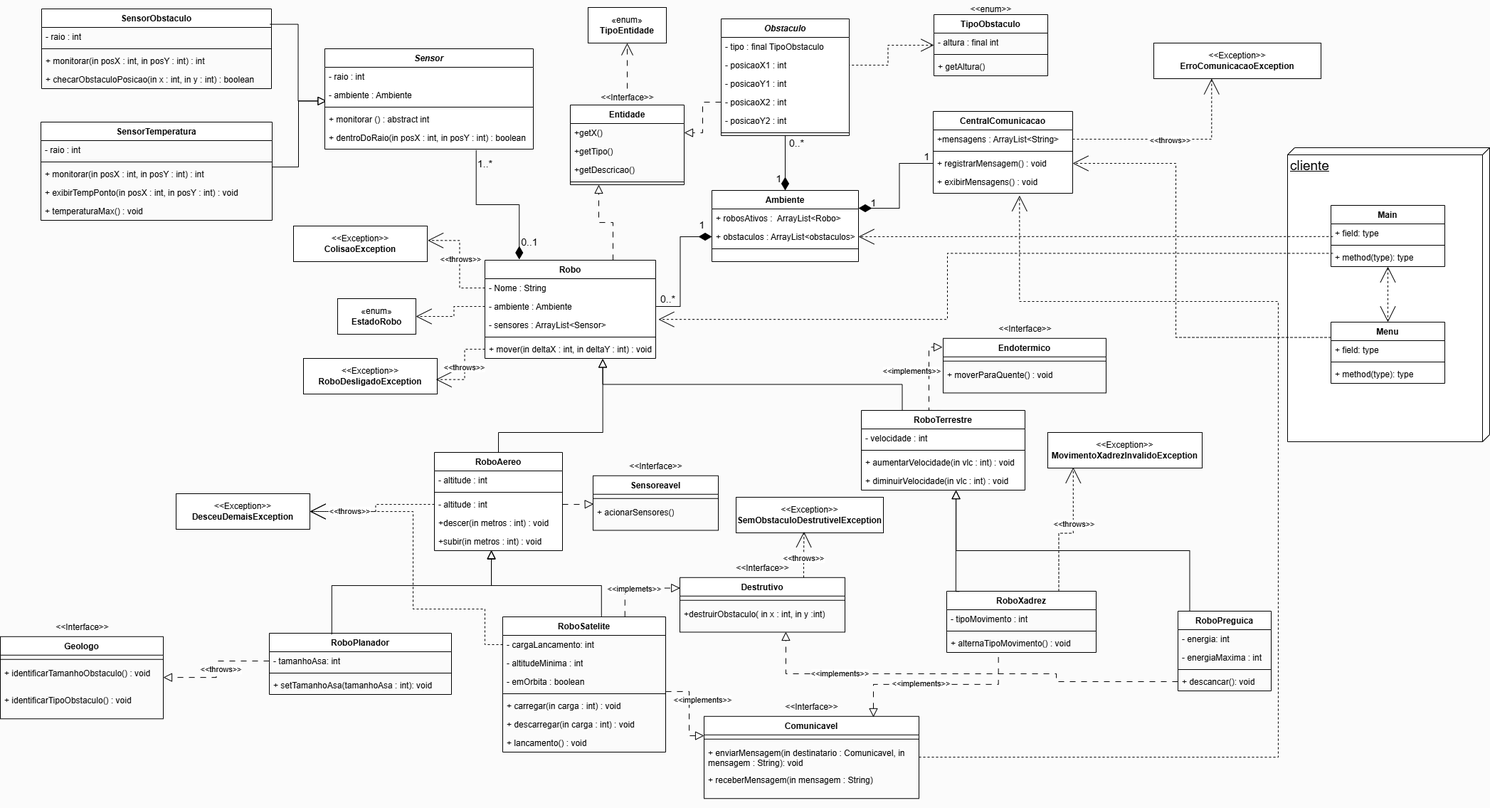
The draw.io diagram assets/diagramaLab04.png in lucasUnicamp/MC322, before a commit. Source tidied: cells renumbered, new cells last; positions are measured from the earlier drawing's top-left corner, leaving out a move shared by most shapes.
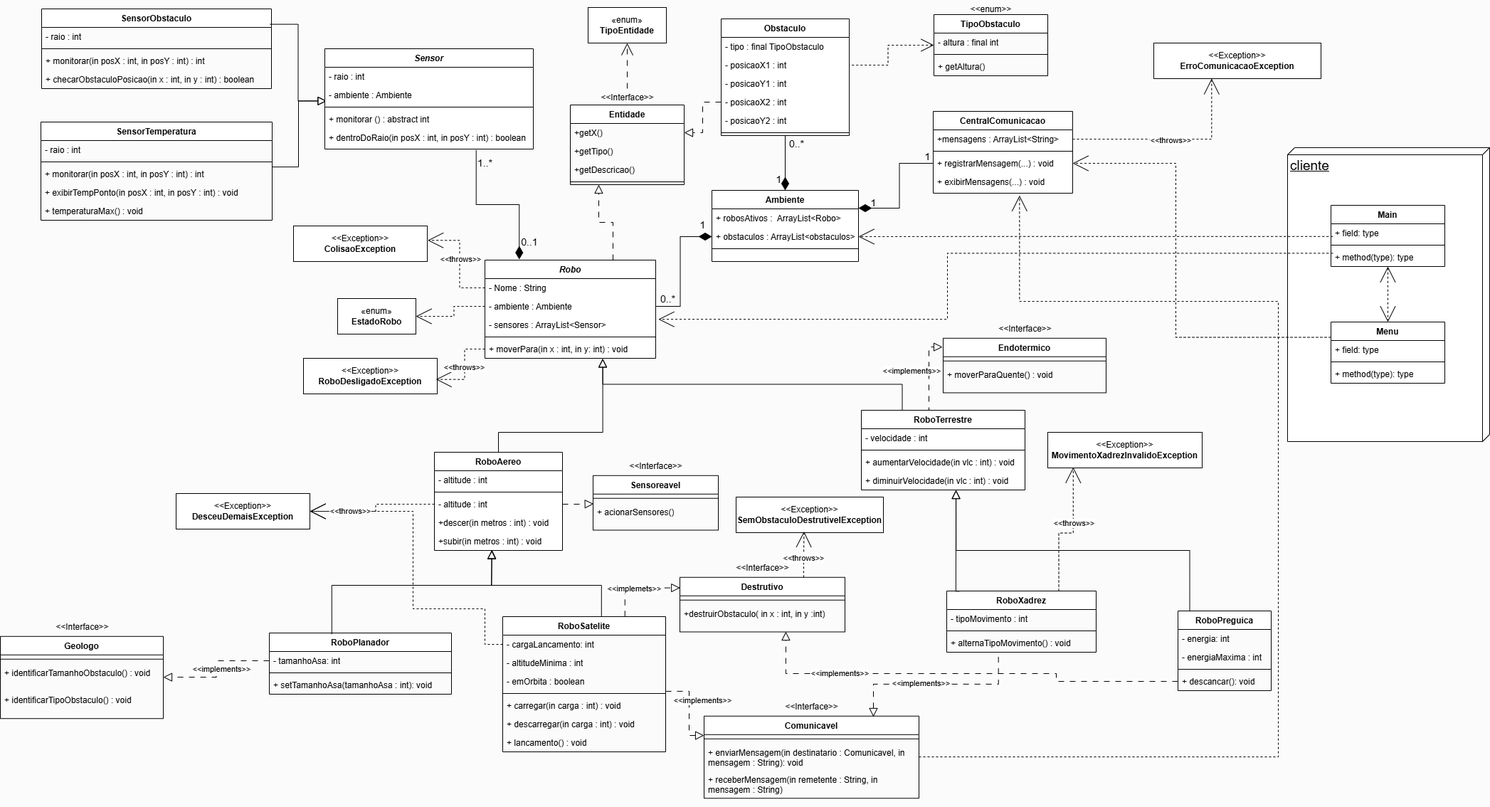
The same file after the commit.

Commit message:
Correção do diagrama UML

The edit, as a diff of the source:
```diff
@@ -5,7 +5,7 @@
     <mxCell id="2" style="edgeStyle=orthogonalEdgeStyle;rounded=0;jettySize=auto;html=1;exitX=0.75;exitY=0;exitDx=0;exitDy=0;entryX=0.25;entryY=1;entryDx=0;entryDy=0;dashed=1;dashPattern=8 8;strokeColor=default;align=center;verticalAlign=middle;fontFamily=Helvetica;fontSize=11;fontColor=default;labelBackgroundColor=default;startArrow=none;startFill=0;startSize=10;endArrow=block;endFill=0;endSize=10;" parent="1" edge="1" source="3" target="122">
       <mxGeometry relative="1" as="geometry" />
     </mxCell>
-    <mxCell id="3" value="Robo" style="swimlane;fontStyle=1;align=center;verticalAlign=top;horizontal=1;startSize=26;rounded=0;shadow=0;strokeWidth=1;swimlaneFillColor=default;" parent="1" vertex="1">
+    <mxCell id="3" value="Robo" style="swimlane;fontStyle=3;align=center;verticalAlign=top;horizontal=1;startSize=26;rounded=0;shadow=0;strokeWidth=1;swimlaneFillColor=default;" parent="1" vertex="1">
       <mxGeometry x="681" y="365" width="240" height="138" as="geometry" />
     </mxCell>
     <mxCell id="4" value="- Nome : String" style="text;align=left;verticalAlign=top;spacingLeft=4;spacingRight=4;overflow=hidden;points=[[0,0.5],[1,0.5]];portConstraint=eastwest;" parent="3" vertex="1">
@@ -20,7 +20,7 @@
     <mxCell id="7" style="line;html=1;strokeWidth=1;align=left;verticalAlign=middle;spacingTop=-1;spacingLeft=3;spacingRight=3;labelPosition=right;" parent="3" vertex="1">
       <mxGeometry y="104" width="240" height="8" as="geometry" />
     </mxCell>
-    <mxCell id="8" value="+ mover(in deltaX : int, in deltaY : int) : void" style="text;align=left;verticalAlign=top;spacingLeft=4;spacingRight=4;overflow=hidden;points=[[0,0.5],[1,0.5]];portConstraint=eastwest;rounded=0;shadow=0;html=0;" parent="3" vertex="1">
+    <mxCell id="8" value="+ moverPara(in x : int, in y: int) : void" style="text;align=left;verticalAlign=top;spacingLeft=4;spacingRight=4;overflow=hidden;points=[[0,0.5],[1,0.5]];portConstraint=eastwest;rounded=0;shadow=0;html=0;" parent="3" vertex="1">
       <mxGeometry y="112" width="240" height="26" as="geometry" />
     </mxCell>
     <mxCell id="9" style="endArrow=none;shadow=0;strokeWidth=1;rounded=0;curved=0;endFill=1;edgeStyle=elbowEdgeStyle;elbow=vertical;startFill=1;exitX=0.201;exitY=-0.007;exitDx=0;exitDy=0;exitPerimeter=0;strokeColor=light-dark(#000000,#000000);startArrow=diamondThin;endSize=6;startSize=16;entryX=0.726;entryY=1.169;entryDx=0;entryDy=0;entryPerimeter=0;" parent="1" edge="1" source="3" target="97">
@@ -131,7 +131,7 @@
     <mxCell id="37" value="+ diminuirVelocidade(in vlc : int) : void" style="text;align=left;verticalAlign=top;spacingLeft=4;spacingRight=4;overflow=hidden;points=[[0,0.5],[1,0.5]];portConstraint=eastwest;" parent="33" vertex="1">
       <mxGeometry y="86" width="230" height="26" as="geometry" />
     </mxCell>
-    <mxCell id="38" value="Obstaculo" style="swimlane;fontStyle=3;align=center;verticalAlign=top;horizontal=1;startSize=26;rounded=0;shadow=0;strokeWidth=1;swimlaneFillColor=default;" parent="1" vertex="1">
+    <mxCell id="38" value="Obstaculo" style="swimlane;fontStyle=1;align=center;verticalAlign=top;horizontal=1;startSize=26;rounded=0;shadow=0;strokeWidth=1;swimlaneFillColor=default;" parent="1" vertex="1">
       <mxGeometry x="1013" y="26" width="180" height="164" as="geometry" />
     </mxCell>
     <mxCell id="39" value="- tipo : final TipoObstaculo" style="text;align=left;verticalAlign=top;spacingLeft=4;spacingRight=4;overflow=hidden;rounded=0;shadow=0;html=0;" parent="38" vertex="1">
@@ -392,7 +392,7 @@
     <mxCell id="114" value="+ enviarMensagem(in destinatario : Comunicavel, in mensagem : String): v&lt;span style=&quot;background-color: transparent; color: light-dark(rgb(0, 0, 0), rgb(255, 255, 255));&quot;&gt;oid&lt;/span&gt;" style="text;strokeColor=none;fillColor=none;align=left;verticalAlign=top;spacingLeft=4;spacingRight=4;overflow=hidden;points=[[0,0.5],[1,0.5]];portConstraint=eastwest;whiteSpace=wrap;html=1;" parent="112" vertex="1">
       <mxGeometry y="37.9" width="302" height="38.8" as="geometry" />
     </mxCell>
-    <mxCell id="115" value="+ receberMensagem(in mensagem : String)" style="text;strokeColor=none;fillColor=none;align=left;verticalAlign=top;spacingLeft=4;spacingRight=4;overflow=hidden;whiteSpace=wrap;html=1;" parent="112" vertex="1">
+    <mxCell id="115" value="+ receberMensagem(in remetente : String, in mensagem : String)" style="text;strokeColor=none;fillColor=none;align=left;verticalAlign=top;spacingLeft=4;spacingRight=4;overflow=hidden;whiteSpace=wrap;html=1;" parent="112" vertex="1">
       <mxGeometry y="76.7" width="302" height="38.8" as="geometry" />
     </mxCell>
     <mxCell id="116" value="&amp;lt;&amp;lt;Inter&lt;span style=&quot;background-color: transparent; color: light-dark(rgb(0, 0, 0), rgb(255, 255, 255));&quot;&gt;face&amp;gt;&amp;gt;&lt;/span&gt;" style="text;html=1;align=center;verticalAlign=middle;strokeColor=none;fillColor=none;" parent="111" vertex="1">
@@ -448,10 +448,10 @@
     <mxCell id="130" style="line;html=1;strokeWidth=1;align=left;verticalAlign=middle;spacingTop=-1;spacingLeft=3;spacingRight=3;labelPosition=right;" parent="128" vertex="1">
       <mxGeometry y="52" width="196" height="8" as="geometry" />
     </mxCell>
-    <mxCell id="131" value="+ registrarMensagem() : void" style="text;align=left;verticalAlign=top;spacingLeft=4;spacingRight=4;overflow=hidden;points=[[0,0.5],[1,0.5]];portConstraint=eastwest;rounded=0;shadow=0;html=0;" parent="128" vertex="1">
+    <mxCell id="131" value="+ registrarMensagem(...) : void" style="text;align=left;verticalAlign=top;spacingLeft=4;spacingRight=4;overflow=hidden;points=[[0,0.5],[1,0.5]];portConstraint=eastwest;rounded=0;shadow=0;html=0;" parent="128" vertex="1">
       <mxGeometry y="60" width="196" height="26" as="geometry" />
     </mxCell>
-    <mxCell id="132" value="+ exibirMensagens() : void" style="text;align=left;verticalAlign=top;spacingLeft=4;spacingRight=4;overflow=hidden;points=[[0,0.5],[1,0.5]];portConstraint=eastwest;rounded=0;shadow=0;html=0;" parent="128" vertex="1">
+    <mxCell id="132" value="+ exibirMensagens(...) : void" style="text;align=left;verticalAlign=top;spacingLeft=4;spacingRight=4;overflow=hidden;points=[[0,0.5],[1,0.5]];portConstraint=eastwest;rounded=0;shadow=0;html=0;" parent="128" vertex="1">
       <mxGeometry y="86" width="196" height="26" as="geometry" />
     </mxCell>
     <mxCell id="133" style="edgeStyle=orthogonalEdgeStyle;rounded=0;jettySize=auto;html=1;exitX=1;exitY=0.5;exitDx=0;exitDy=0;entryX=0.619;entryY=1.238;entryDx=0;entryDy=0;entryPerimeter=0;dashed=1;strokeColor=default;align=center;verticalAlign=middle;fontFamily=Helvetica;fontSize=11;fontColor=default;labelBackgroundColor=default;startSize=10;endArrow=open;endFill=0;endSize=20;" parent="1" edge="1" source="114" target="132">
@@ -617,7 +617,7 @@
     <mxCell id="179" style="edgeStyle=orthogonalEdgeStyle;rounded=0;jettySize=auto;html=1;exitX=0;exitY=0.5;exitDx=0;exitDy=0;entryX=1;entryY=0.5;entryDx=0;entryDy=0;dashed=1;dashPattern=8 8;strokeColor=default;align=center;verticalAlign=middle;fontFamily=Helvetica;fontSize=11;fontColor=default;labelBackgroundColor=default;startArrow=none;startFill=0;startSize=10;endArrow=block;endFill=0;endSize=10;" parent="1" edge="1" source="47" target="176">
       <mxGeometry relative="1" as="geometry" />
     </mxCell>
-    <mxCell id="180" value="&amp;lt;&amp;lt;throws&amp;gt;&amp;gt;" style="edgeLabel;html=1;align=center;verticalAlign=middle;" parent="179" vertex="1">
+    <mxCell id="180" value="&amp;lt;&amp;lt;implements&amp;gt;&amp;gt;" style="edgeLabel;html=1;align=center;verticalAlign=middle;" parent="179" vertex="1">
       <mxGeometry x="-0.4" y="-1" relative="1" as="geometry">
         <mxPoint x="-17" y="12" as="offset" />
       </mxGeometry>
```
